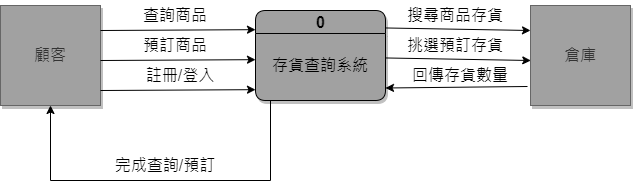
This is 系統環境圖.png from MoRedChen/2022-3a-group5, a draw.io export, as it was before one commit. Source tidied: cells renumbered, new cells last; positions are measured from the earlier drawing's top-left corner, leaving out a move shared by most shapes. The source it was exported from:
```xml
<mxGraphModel>
  <root>
    <mxCell id="0" />
    <mxCell id="1" parent="0" />
    <mxCell id="2" value="&lt;font style=&quot;font-size: 16px;&quot;&gt;顧客&lt;/font&gt;" style="whiteSpace=wrap;html=1;shadow=1;rounded=0;glass=0;sketch=0;imageAspect=1;fillColor=#A1A1A1;fontColor=#333333;strokeColor=#666666;" parent="1" vertex="1">
      <mxGeometry y="5" width="100" height="100" as="geometry" />
    </mxCell>
    <mxCell id="3" value="&lt;font style=&quot;font-size: 16px;&quot;&gt;倉庫&lt;/font&gt;" style="whiteSpace=wrap;html=1;shadow=1;rounded=0;glass=0;sketch=0;imageAspect=1;fillColor=#A1A1A1;fontColor=#333333;strokeColor=#666666;" parent="1" vertex="1">
      <mxGeometry x="530" y="5" width="100" height="100" as="geometry" />
    </mxCell>
    <mxCell id="4" value="0" style="swimlane;rounded=1;shadow=1;glass=0;sketch=0;fillColor=#A1A1A1;strokeColor=#000000;gradientColor=none;swimlaneFillColor=#A1A1A1;fontSize=16;swimlaneLine=1;labelBorderColor=none;labelBackgroundColor=none;html=1;startSize=23;" parent="1" vertex="1">
      <mxGeometry x="255" y="10" width="130" height="90" as="geometry" />
    </mxCell>
    <mxCell id="5" value="存貨查詢系統" style="text;html=1;strokeColor=none;fillColor=none;align=center;verticalAlign=middle;whiteSpace=wrap;rounded=0;shadow=1;glass=0;labelBackgroundColor=none;labelBorderColor=none;sketch=0;fontSize=16;" parent="4" vertex="1">
      <mxGeometry x="15" y="40" width="100" height="30" as="geometry" />
    </mxCell>
    <mxCell id="6" style="endArrow=classic;html=1;rounded=0;fontSize=16;exitX=1;exitY=0.25;exitDx=0;exitDy=0;entryX=0;entryY=0.213;entryDx=0;entryDy=0;entryPerimeter=0;" parent="1" edge="1" source="2" target="4">
      <mxGeometry relative="1" as="geometry" />
    </mxCell>
    <mxCell id="7" value="查詢商品" style="text;html=1;strokeColor=none;fillColor=none;align=center;verticalAlign=middle;whiteSpace=wrap;rounded=0;shadow=1;glass=0;labelBackgroundColor=none;labelBorderColor=none;sketch=0;fontSize=16;" parent="1" vertex="1">
      <mxGeometry x="140" width="70" height="30" as="geometry" />
    </mxCell>
    <mxCell id="8" style="endArrow=classic;html=1;rounded=0;fontSize=16;exitX=1;exitY=0.25;exitDx=0;exitDy=0;entryX=0;entryY=0.213;entryDx=0;entryDy=0;entryPerimeter=0;" parent="1" edge="1">
      <mxGeometry relative="1" as="geometry">
        <mxPoint x="100" y="60" as="sourcePoint" />
        <mxPoint x="255" y="59.2" as="targetPoint" />
      </mxGeometry>
    </mxCell>
    <mxCell id="9" value="預訂商品&lt;span style=&quot;color: rgba(0, 0, 0, 0); font-family: monospace; font-size: 0px; text-align: start;&quot;&gt;%3CmxGraphModel%3E%3Croot%3E%3CmxCell%20id%3D%220%22%2F%3E%3CmxCell%20id%3D%221%22%20parent%3D%220%22%2F%3E%3CmxCell%20id%3D%222%22%20value%3D%22%22%20style%3D%22endArrow%3Dclassic%3Bhtml%3D1%3Brounded%3D0%3BfontSize%3D16%3BexitX%3D1%3BexitY%3D0.25%3BexitDx%3D0%3BexitDy%3D0%3BentryX%3D0%3BentryY%3D0.213%3BentryDx%3D0%3BentryDy%3D0%3BentryPerimeter%3D0%3B%22%20edge%3D%221%22%20parent%3D%221%22%3E%3CmxGeometry%20width%3D%2250%22%20height%3D%2250%22%20relative%3D%221%22%20as%3D%22geometry%22%3E%3CmxPoint%20x%3D%22190%22%20y%3D%22290%22%20as%3D%22sourcePoint%22%2F%3E%3CmxPoint%20x%3D%22345%22%20y%3D%22289.16999999999996%22%20as%3D%22targetPoint%22%2F%3E%3C%2FmxGeometry%3E%3C%2FmxCell%3E%3CmxCell%20id%3D%223%22%20value%3D%22%E6%9F%A5%E8%A9%A2%E5%95%86%E5%93%81%22%20style%3D%22text%3Bhtml%3D1%3BstrokeColor%3Dnone%3BfillColor%3Dnone%3Balign%3Dcenter%3BverticalAlign%3Dmiddle%3BwhiteSpace%3Dwrap%3Brounded%3D0%3Bshadow%3D1%3Bglass%3D0%3BlabelBackgroundColor%3Dnone%3BlabelBorderColor%3Dnone%3Bsketch%3D0%3BfontSize%3D16%3B%22%20vertex%3D%221%22%20parent%3D%221%22%3E%3CmxGeometry%20x%3D%22230%22%20y%3D%22260%22%20width%3D%2270%22%20height%3D%2230%22%20as%3D%22geometry%22%2F%3E%3C%2FmxCell%3E%3C%2Froot%3E%3C%2FmxGraphModel%3E&lt;/span&gt;" style="text;html=1;strokeColor=none;fillColor=none;align=center;verticalAlign=middle;whiteSpace=wrap;rounded=0;shadow=1;glass=0;labelBackgroundColor=none;labelBorderColor=none;sketch=0;fontSize=16;" parent="1" vertex="1">
      <mxGeometry x="140" y="30" width="70" height="30" as="geometry" />
    </mxCell>
    <mxCell id="10" style="endArrow=classic;html=1;rounded=0;fontSize=16;exitX=1;exitY=0.25;exitDx=0;exitDy=0;entryX=0;entryY=0.213;entryDx=0;entryDy=0;entryPerimeter=0;" parent="1" edge="1">
      <mxGeometry relative="1" as="geometry">
        <mxPoint x="100" y="90" as="sourcePoint" />
        <mxPoint x="255" y="89.2" as="targetPoint" />
      </mxGeometry>
    </mxCell>
    <mxCell id="11" value="註冊/登入" style="text;html=1;strokeColor=none;fillColor=none;align=center;verticalAlign=middle;whiteSpace=wrap;rounded=0;shadow=1;glass=0;labelBackgroundColor=none;labelBorderColor=none;sketch=0;fontSize=16;" parent="1" vertex="1">
      <mxGeometry x="140" y="60" width="80" height="30" as="geometry" />
    </mxCell>
    <mxCell id="12" style="endArrow=classic;html=1;rounded=0;fontSize=16;exitX=0.998;exitY=0.194;exitDx=0;exitDy=0;entryX=0;entryY=0.25;entryDx=0;entryDy=0;exitPerimeter=0;" parent="1" edge="1" source="4" target="3">
      <mxGeometry relative="1" as="geometry" />
    </mxCell>
    <mxCell id="13" value="搜尋商品存貨" style="text;html=1;strokeColor=none;fillColor=none;align=center;verticalAlign=middle;whiteSpace=wrap;rounded=0;shadow=1;glass=0;labelBackgroundColor=none;labelBorderColor=none;sketch=0;fontSize=16;" parent="1" vertex="1">
      <mxGeometry x="400" width="110" height="30" as="geometry" />
    </mxCell>
    <mxCell id="14" style="endArrow=classic;html=1;rounded=0;fontSize=16;exitX=-0.03;exitY=0.71;exitDx=0;exitDy=0;exitPerimeter=0;entryX=1;entryY=0.75;entryDx=0;entryDy=0;" parent="1" edge="1">
      <mxGeometry relative="1" as="geometry">
        <mxPoint x="527" y="86" as="sourcePoint" />
        <mxPoint x="385" y="87.5" as="targetPoint" />
      </mxGeometry>
    </mxCell>
    <mxCell id="15" value="回傳存貨數量" style="text;html=1;strokeColor=none;fillColor=none;align=center;verticalAlign=middle;whiteSpace=wrap;rounded=0;shadow=1;glass=0;labelBackgroundColor=none;labelBorderColor=none;sketch=0;fontSize=16;" parent="1" vertex="1">
      <mxGeometry x="410" y="60" width="100" height="30" as="geometry" />
    </mxCell>
    <mxCell id="16" style="endArrow=classic;html=1;rounded=0;fontSize=16;entryX=0.5;entryY=1;entryDx=0;entryDy=0;" parent="1" edge="1" target="2">
      <mxGeometry relative="1" as="geometry">
        <mxPoint x="270" y="100" as="sourcePoint" />
        <Array as="points">
          <mxPoint x="270" y="180" />
          <mxPoint x="50" y="180" />
        </Array>
      </mxGeometry>
    </mxCell>
    <mxCell id="17" value="完成查詢/預訂" style="text;html=1;strokeColor=none;fillColor=none;align=center;verticalAlign=middle;whiteSpace=wrap;rounded=0;shadow=1;glass=0;labelBackgroundColor=none;labelBorderColor=none;sketch=0;fontSize=16;" parent="1" vertex="1">
      <mxGeometry x="110" y="150" width="110" height="30" as="geometry" />
    </mxCell>
    <mxCell id="18" style="endArrow=classic;html=1;rounded=0;fontSize=16;exitX=0.998;exitY=0.194;exitDx=0;exitDy=0;entryX=0;entryY=0.25;entryDx=0;entryDy=0;exitPerimeter=0;" parent="1" edge="1">
      <mxGeometry relative="1" as="geometry">
        <mxPoint x="385" y="57.5" as="sourcePoint" />
        <mxPoint x="530.3" y="60" as="targetPoint" />
      </mxGeometry>
    </mxCell>
    <mxCell id="19" value="挑選預訂存貨" style="text;html=1;strokeColor=none;fillColor=none;align=center;verticalAlign=middle;whiteSpace=wrap;rounded=0;shadow=1;glass=0;labelBackgroundColor=none;labelBorderColor=none;sketch=0;fontSize=16;" parent="1" vertex="1">
      <mxGeometry x="400.3" y="30" width="110" height="30" as="geometry" />
    </mxCell>
  </root>
</mxGraphModel>
```
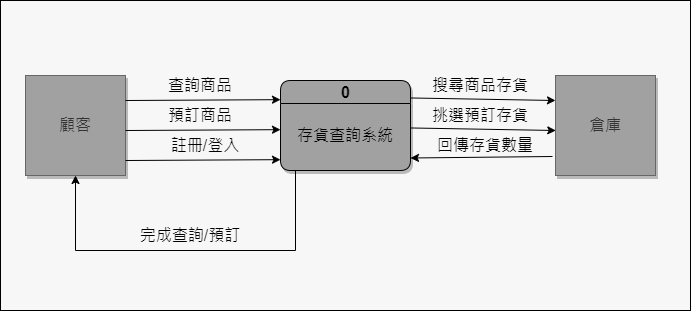
After the change.

Diff of the diagram source:
```diff
@@ -2,6 +2,9 @@
   <root>
     <mxCell id="0" />
     <mxCell id="1" parent="0" />
+    <mxCell id="20" style="rounded=0;whiteSpace=wrap;html=1;shadow=0;glass=0;labelBackgroundColor=none;labelBorderColor=none;sketch=0;strokeColor=#000000;fontSize=16;fillColor=#F7F7F7;gradientColor=none;" parent="1" vertex="1">
+      <mxGeometry x="-25" y="-70" width="690" height="310" as="geometry" />
+    </mxCell>
     <mxCell id="2" value="&lt;font style=&quot;font-size: 16px;&quot;&gt;顧客&lt;/font&gt;" style="whiteSpace=wrap;html=1;shadow=1;rounded=0;glass=0;sketch=0;imageAspect=1;fillColor=#A1A1A1;fontColor=#333333;strokeColor=#666666;" parent="1" vertex="1">
       <mxGeometry y="5" width="100" height="100" as="geometry" />
     </mxCell>
```
